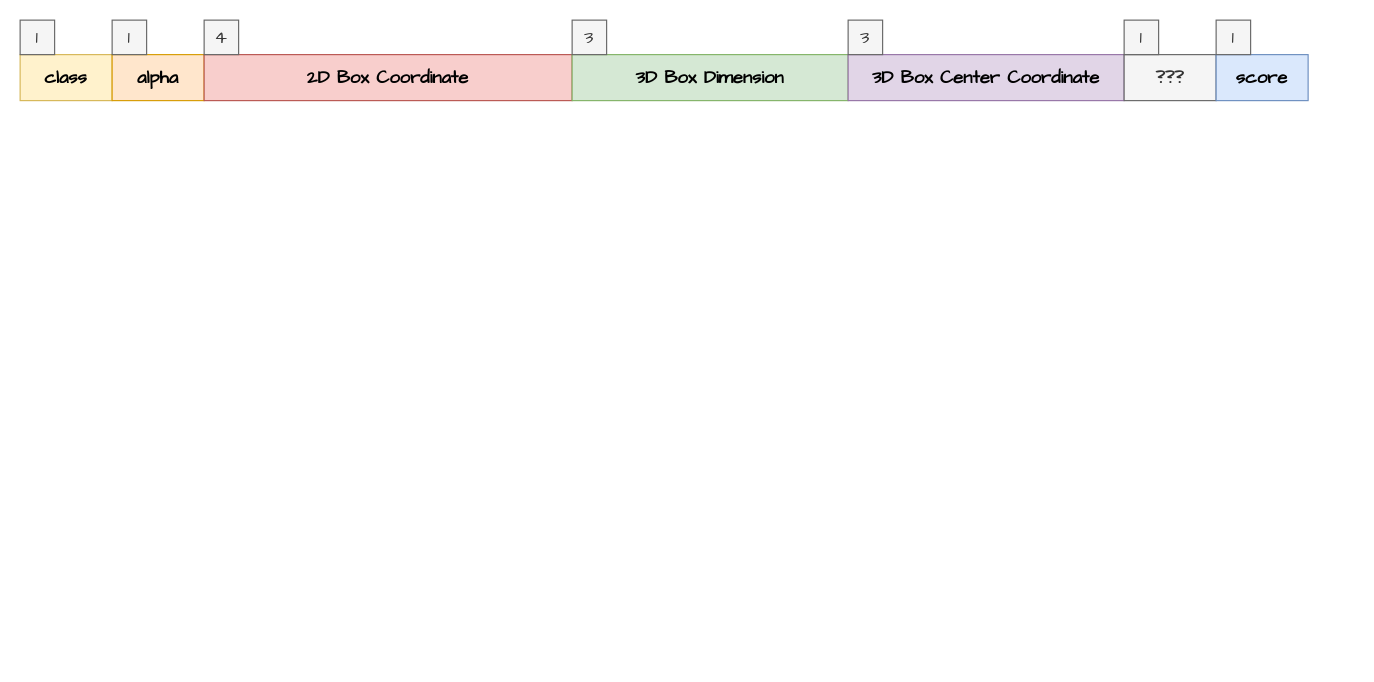
Before: Untitled Diagram.drawio in umiskky/Diagrams, a draw.io diagram. Source tidied: cells renumbered, new cells numbered last; positions are measured from the earlier drawing's top-left corner, leaving out a move shared by most shapes. Both pictures are drawn from the tidied source at 115%, with x=0, y=0 at pixel (20, 20).
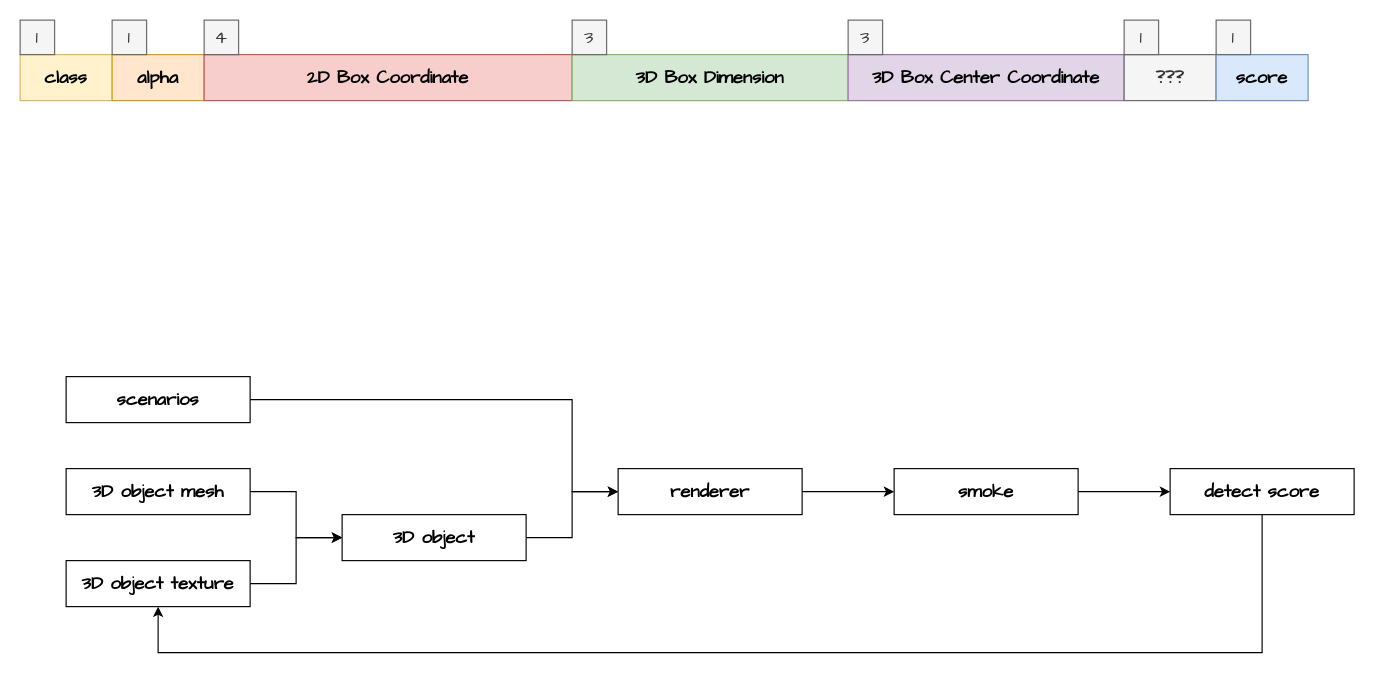
After the change.

Diff of the diagram source:
```diff
@@
+    <mxCell id="17" style="edgeStyle=orthogonalEdgeStyle;rounded=0;jettySize=auto;html=1;exitX=1;exitY=0.5;exitDx=0;exitDy=0;entryX=0;entryY=0.5;entryDx=0;entryDy=0;fontFamily=Comic Sans MS;fontSize=16;" parent="1" edge="1" source="18" target="26">
+      <mxGeometry relative="1" as="geometry">
+        <Array as="points">
+          <mxPoint x="480" y="330" />
+          <mxPoint x="480" y="410" />
+        </Array>
+      </mxGeometry>
+    </mxCell>
+    <mxCell id="18" value="scenarios" style="rounded=0;whiteSpace=wrap;html=1;fontFamily=Comic Sans MS;fontSize=16;fontStyle=1;" parent="1" vertex="1">
+      <mxGeometry x="40" y="310" width="160" height="40" as="geometry" />
+    </mxCell>
+    <mxCell id="19" style="edgeStyle=orthogonalEdgeStyle;rounded=0;jettySize=auto;html=1;exitX=1;exitY=0.5;exitDx=0;exitDy=0;fontFamily=Comic Sans MS;fontSize=16;" parent="1" edge="1" source="20" target="24">
+      <mxGeometry relative="1" as="geometry" />
+    </mxCell>
+    <mxCell id="20" value="3D object mesh" style="rounded=0;whiteSpace=wrap;html=1;fontFamily=Comic Sans MS;fontSize=16;fontStyle=1;" parent="1" vertex="1">
+      <mxGeometry x="40" y="390" width="160" height="40" as="geometry" />
+    </mxCell>
+    <mxCell id="21" style="edgeStyle=orthogonalEdgeStyle;rounded=0;jettySize=auto;html=1;exitX=1;exitY=0.5;exitDx=0;exitDy=0;fontFamily=Comic Sans MS;fontSize=16;" parent="1" edge="1" source="22">
+      <mxGeometry relative="1" as="geometry">
+        <mxPoint x="280" y="450" as="targetPoint" />
+        <Array as="points">
+          <mxPoint x="240" y="490" />
+          <mxPoint x="240" y="450" />
+        </Array>
+      </mxGeometry>
+    </mxCell>
+    <mxCell id="22" value="3D object texture" style="rounded=0;whiteSpace=wrap;html=1;fontFamily=Comic Sans MS;fontSize=16;fontStyle=1;" parent="1" vertex="1">
+      <mxGeometry x="40" y="470" width="160" height="40" as="geometry" />
+    </mxCell>
+    <mxCell id="23" style="edgeStyle=orthogonalEdgeStyle;rounded=0;jettySize=auto;html=1;exitX=1;exitY=0.5;exitDx=0;exitDy=0;entryX=0;entryY=0.5;entryDx=0;entryDy=0;fontFamily=Comic Sans MS;fontSize=16;" parent="1" edge="1" source="24" target="26">
+      <mxGeometry relative="1" as="geometry" />
+    </mxCell>
+    <mxCell id="24" value="3D object" style="rounded=0;whiteSpace=wrap;html=1;fontFamily=Comic Sans MS;fontSize=16;fontStyle=1;" parent="1" vertex="1">
+      <mxGeometry x="280" y="430" width="160" height="40" as="geometry" />
+    </mxCell>
+    <mxCell id="25" style="edgeStyle=orthogonalEdgeStyle;rounded=0;jettySize=auto;html=1;exitX=1;exitY=0.5;exitDx=0;exitDy=0;entryX=0;entryY=0.5;entryDx=0;entryDy=0;fontFamily=Comic Sans MS;fontSize=16;" parent="1" edge="1" source="26" target="28">
+      <mxGeometry relative="1" as="geometry" />
+    </mxCell>
+    <mxCell id="26" value="renderer" style="rounded=0;whiteSpace=wrap;html=1;fontFamily=Comic Sans MS;fontSize=16;fontStyle=1;" parent="1" vertex="1">
+      <mxGeometry x="520" y="390" width="160" height="40" as="geometry" />
+    </mxCell>
+    <mxCell id="27" style="edgeStyle=orthogonalEdgeStyle;rounded=0;jettySize=auto;html=1;exitX=1;exitY=0.5;exitDx=0;exitDy=0;entryX=0;entryY=0.5;entryDx=0;entryDy=0;fontFamily=Comic Sans MS;fontSize=16;" parent="1" edge="1" source="28" target="30">
+      <mxGeometry relative="1" as="geometry" />
+    </mxCell>
+    <mxCell id="28" value="smoke" style="rounded=0;whiteSpace=wrap;html=1;fontFamily=Comic Sans MS;fontSize=16;fontStyle=1;" parent="1" vertex="1">
+      <mxGeometry x="760" y="390" width="160" height="40" as="geometry" />
+    </mxCell>
+    <mxCell id="29" style="edgeStyle=orthogonalEdgeStyle;rounded=0;jettySize=auto;html=1;exitX=0.5;exitY=1;exitDx=0;exitDy=0;entryX=0.5;entryY=1;entryDx=0;entryDy=0;fontFamily=Comic Sans MS;fontSize=16;" parent="1" edge="1" source="30" target="22">
+      <mxGeometry relative="1" as="geometry">
+        <Array as="points">
+          <mxPoint x="1080" y="550" />
+          <mxPoint x="120" y="550" />
+        </Array>
+      </mxGeometry>
+    </mxCell>
+    <mxCell id="30" value="detect score" style="rounded=0;whiteSpace=wrap;html=1;fontFamily=Comic Sans MS;fontSize=16;fontStyle=1;" parent="1" vertex="1">
+      <mxGeometry x="1000" y="390" width="160" height="40" as="geometry" />
+    </mxCell>
```
